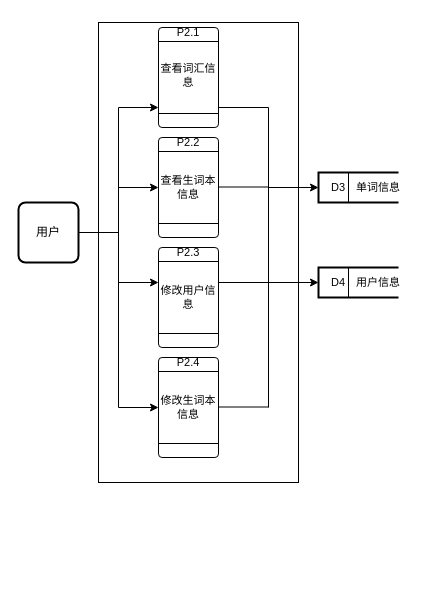
This is page "第 6 页" (6 of 9) of 功能模块图.drawio from 13593227471/HelloGitHub, a draw.io file, before an edit. Source tidied: cells renumbered, new cells numbered last; positions are measured from the earlier drawing's top-left corner, leaving out a move shared by most shapes. Both pictures are drawn from the tidied source at 100%, with x=0, y=0 at pixel (18, 17).
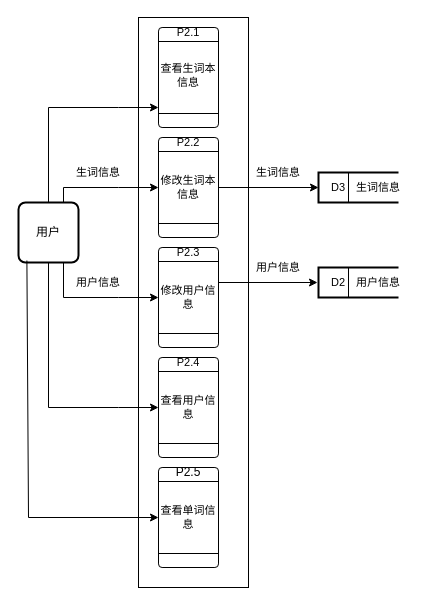
The same diagram, later.

The change refers to these unchanged cells:
```xml
<mxCell id="3" value="用户" style="rounded=1;whiteSpace=wrap;html=1;absoluteArcSize=1;arcSize=14;strokeWidth=2;" parent="1" vertex="1">
  <mxGeometry y="185" width="60" height="60" as="geometry" />
</mxCell>
```

What changed in the source:
```diff
@@
-    <mxCell id="2" style="rounded=0;whiteSpace=wrap;html=1;fontFamily=Helvetica;fontSize=11;fontColor=default;" parent="1" vertex="1">
-      <mxGeometry x="80" y="5" width="200" height="460" as="geometry" />
-    </mxCell>
+    <mxCell id="37" style="rounded=0;whiteSpace=wrap;html=1;fontFamily=Helvetica;fontSize=11;fontColor=default;" parent="1" vertex="1">
+      <mxGeometry x="120" width="110" height="570" as="geometry" />
+    </mxCell>
@@
-    <mxCell id="4" style="verticalLabelPosition=bottom;verticalAlign=top;html=1;shape=process;whiteSpace=wrap;rounded=1;size=0.14;arcSize=6;fontFamily=Helvetica;fontSize=11;fontColor=default;rotation=-90;" parent="1" vertex="1">
-      <mxGeometry x="120" y="30" width="100" height="60" as="geometry" />
-    </mxCell>
+    <mxCell id="38" style="verticalLabelPosition=bottom;verticalAlign=top;html=1;shape=process;whiteSpace=wrap;rounded=1;size=0.14;arcSize=6;fontFamily=Helvetica;fontSize=11;fontColor=default;rotation=-90;" parent="1" vertex="1">
+      <mxGeometry x="120" y="30" width="100" height="60" as="geometry" />
+    </mxCell>
@@
-    <mxCell id="6" value="查看词汇信息" style="text;html=1;strokeColor=none;fillColor=none;align=center;verticalAlign=middle;whiteSpace=wrap;rounded=0;fontSize=11;fontFamily=Helvetica;fontColor=default;" parent="1" vertex="1">
-      <mxGeometry x="140" y="40" width="60" height="35" as="geometry" />
-    </mxCell>
-    <mxCell id="7" style="strokeWidth=2;html=1;shape=mxgraph.flowchart.annotation_1;align=left;fontFamily=Helvetica;fontSize=11;fontColor=default;" parent="1" vertex="1">
-      <mxGeometry x="300" y="155" width="80" height="30" as="geometry" />
-    </mxCell>
-    <mxCell id="8" style="endArrow=none;html=1;rounded=0;labelBackgroundColor=default;strokeColor=default;fontFamily=Helvetica;fontSize=11;fontColor=default;shape=connector;" parent="1" edge="1">
-      <mxGeometry relative="1" as="geometry">
-        <mxPoint x="330" y="185" as="sourcePoint" />
-        <mxPoint x="330" y="155" as="targetPoint" />
-      </mxGeometry>
-    </mxCell>
+    <mxCell id="13" value="查看生词本信息" style="text;html=1;strokeColor=none;fillColor=none;align=center;verticalAlign=middle;whiteSpace=wrap;rounded=0;fontSize=11;fontFamily=Helvetica;fontColor=default;" parent="1" vertex="1">
+      <mxGeometry x="140" y="40" width="60" height="35" as="geometry" />
+    </mxCell>
+    <mxCell id="39" style="strokeWidth=2;html=1;shape=mxgraph.flowchart.annotation_1;align=left;fontFamily=Helvetica;fontSize=11;fontColor=default;" parent="1" vertex="1">
+      <mxGeometry x="300" y="155" width="80" height="30" as="geometry" />
+    </mxCell>
+    <mxCell id="40" style="endArrow=none;html=1;rounded=0;labelBackgroundColor=default;strokeColor=default;fontFamily=Helvetica;fontSize=11;fontColor=default;shape=connector;" parent="1" edge="1">
+      <mxGeometry relative="1" as="geometry">
+        <mxPoint x="330" y="185" as="sourcePoint" />
+        <mxPoint x="330" y="155" as="targetPoint" />
+      </mxGeometry>
+    </mxCell>
+    <mxCell id="41" style="strokeWidth=2;html=1;shape=mxgraph.flowchart.annotation_1;align=left;fontFamily=Helvetica;fontSize=11;fontColor=default;" parent="1" vertex="1">
+      <mxGeometry x="300" y="250" width="80" height="30" as="geometry" />
+    </mxCell>
+    <mxCell id="42" style="endArrow=none;html=1;rounded=0;labelBackgroundColor=default;strokeColor=default;fontFamily=Helvetica;fontSize=11;fontColor=default;shape=connector;" parent="1" edge="1">
+      <mxGeometry relative="1" as="geometry">
+        <mxPoint x="330" y="280" as="sourcePoint" />
+        <mxPoint x="330" y="250" as="targetPoint" />
+      </mxGeometry>
+    </mxCell>
@@
-    <mxCell id="10" value="单词信息" style="text;html=1;strokeColor=none;fillColor=none;align=center;verticalAlign=middle;whiteSpace=wrap;rounded=0;fontSize=11;fontFamily=Helvetica;fontColor=default;" parent="1" vertex="1">
-      <mxGeometry x="330" y="155" width="60" height="30" as="geometry" />
-    </mxCell>
-    <mxCell id="11" style="verticalLabelPosition=bottom;verticalAlign=top;html=1;shape=process;whiteSpace=wrap;rounded=1;size=0.14;arcSize=6;fontFamily=Helvetica;fontSize=11;fontColor=default;rotation=-90;" parent="1" vertex="1">
-      <mxGeometry x="120" y="140" width="100" height="60" as="geometry" />
-    </mxCell>
+    <mxCell id="43" value="D2" style="text;html=1;strokeColor=none;fillColor=none;align=center;verticalAlign=middle;whiteSpace=wrap;rounded=0;fontSize=11;fontFamily=Helvetica;fontColor=default;" parent="1" vertex="1">
+      <mxGeometry x="290" y="250" width="60" height="30" as="geometry" />
+    </mxCell>
+    <mxCell id="44" value="生词信息" style="text;html=1;strokeColor=none;fillColor=none;align=center;verticalAlign=middle;whiteSpace=wrap;rounded=0;fontSize=11;fontFamily=Helvetica;fontColor=default;" parent="1" vertex="1">
+      <mxGeometry x="330" y="155" width="60" height="30" as="geometry" />
+    </mxCell>
+    <mxCell id="45" value="用户信息" style="text;html=1;strokeColor=none;fillColor=none;align=center;verticalAlign=middle;whiteSpace=wrap;rounded=0;fontSize=11;fontFamily=Helvetica;fontColor=default;" parent="1" vertex="1">
+      <mxGeometry x="330" y="250" width="60" height="30" as="geometry" />
+    </mxCell>
+    <mxCell id="46" style="verticalLabelPosition=bottom;verticalAlign=top;html=1;shape=process;whiteSpace=wrap;rounded=1;size=0.14;arcSize=6;fontFamily=Helvetica;fontSize=11;fontColor=default;rotation=-90;" parent="1" vertex="1">
+      <mxGeometry x="120" y="140" width="100" height="60" as="geometry" />
+    </mxCell>
@@
-    <mxCell id="13" value="查看生词本信息" style="text;html=1;strokeColor=none;fillColor=none;align=center;verticalAlign=middle;whiteSpace=wrap;rounded=0;fontSize=11;fontFamily=Helvetica;fontColor=default;" parent="1" vertex="1">
-      <mxGeometry x="140" y="155" width="60" height="30" as="geometry" />
-    </mxCell>
-    <mxCell id="14" style="verticalLabelPosition=bottom;verticalAlign=top;html=1;shape=process;whiteSpace=wrap;rounded=1;size=0.14;arcSize=6;fontFamily=Helvetica;fontSize=11;fontColor=default;rotation=-90;" parent="1" vertex="1">
-      <mxGeometry x="120" y="250" width="100" height="60" as="geometry" />
-    </mxCell>
+    <mxCell id="19" value="修改生词本信息" style="text;html=1;strokeColor=none;fillColor=none;align=center;verticalAlign=middle;whiteSpace=wrap;rounded=0;fontSize=11;fontFamily=Helvetica;fontColor=default;" parent="1" vertex="1">
+      <mxGeometry x="140" y="155" width="60" height="30" as="geometry" />
+    </mxCell>
+    <mxCell id="47" style="verticalLabelPosition=bottom;verticalAlign=top;html=1;shape=process;whiteSpace=wrap;rounded=1;size=0.14;arcSize=6;fontFamily=Helvetica;fontSize=11;fontColor=default;rotation=-90;" parent="1" vertex="1">
+      <mxGeometry x="120" y="250" width="100" height="60" as="geometry" />
+    </mxCell>
@@
-    <mxCell id="17" style="verticalLabelPosition=bottom;verticalAlign=top;html=1;shape=process;whiteSpace=wrap;rounded=1;size=0.14;arcSize=6;fontFamily=Helvetica;fontSize=11;fontColor=default;rotation=-90;" parent="1" vertex="1">
-      <mxGeometry x="120" y="360" width="100" height="60" as="geometry" />
-    </mxCell>
+    <mxCell id="48" style="verticalLabelPosition=bottom;verticalAlign=top;html=1;shape=process;whiteSpace=wrap;rounded=1;size=0.14;arcSize=6;fontFamily=Helvetica;fontSize=11;fontColor=default;rotation=-90;" parent="1" vertex="1">
+      <mxGeometry x="120" y="360" width="100" height="60" as="geometry" />
+    </mxCell>
@@
-    <mxCell id="19" value="修改生词本信息" style="text;html=1;strokeColor=none;fillColor=none;align=center;verticalAlign=middle;whiteSpace=wrap;rounded=0;fontSize=11;fontFamily=Helvetica;fontColor=default;" parent="1" vertex="1">
-      <mxGeometry x="140" y="375" width="60" height="30" as="geometry" />
-    </mxCell>
-    <mxCell id="20" style="endArrow=none;html=1;rounded=0;labelBackgroundColor=default;strokeColor=default;fontFamily=Helvetica;fontSize=11;fontColor=default;shape=connector;exitX=1;exitY=0.5;exitDx=0;exitDy=0;" parent="1" edge="1" source="3">
-      <mxGeometry relative="1" as="geometry">
-        <mxPoint x="100" y="215" as="targetPoint" />
-      </mxGeometry>
-    </mxCell>
-    <mxCell id="21" style="endArrow=none;html=1;rounded=0;labelBackgroundColor=default;strokeColor=default;fontFamily=Helvetica;fontSize=11;fontColor=default;shape=connector;" parent="1" edge="1">
-      <mxGeometry relative="1" as="geometry">
-        <mxPoint x="100" y="390" as="sourcePoint" />
-        <mxPoint x="100" y="90" as="targetPoint" />
-      </mxGeometry>
-    </mxCell>
-    <mxCell id="22" style="endArrow=classic;html=1;rounded=0;labelBackgroundColor=default;strokeColor=default;fontFamily=Helvetica;fontSize=11;fontColor=default;shape=connector;" parent="1" edge="1">
-      <mxGeometry relative="1" as="geometry">
-        <mxPoint x="100" y="90" as="sourcePoint" />
-        <mxPoint x="140" y="90" as="targetPoint" />
-      </mxGeometry>
-    </mxCell>
-    <mxCell id="23" style="endArrow=classic;html=1;rounded=0;labelBackgroundColor=default;strokeColor=default;fontFamily=Helvetica;fontSize=11;fontColor=default;shape=connector;" parent="1" edge="1">
-      <mxGeometry relative="1" as="geometry">
-        <mxPoint x="100" y="170" as="sourcePoint" />
-        <mxPoint x="140" y="170" as="targetPoint" />
-      </mxGeometry>
-    </mxCell>
-    <mxCell id="24" style="endArrow=classic;html=1;rounded=0;labelBackgroundColor=default;strokeColor=default;fontFamily=Helvetica;fontSize=11;fontColor=default;shape=connector;" parent="1" edge="1">
-      <mxGeometry relative="1" as="geometry">
-        <mxPoint x="100" y="265" as="sourcePoint" />
-        <mxPoint x="140" y="265" as="targetPoint" />
-      </mxGeometry>
-    </mxCell>
-    <mxCell id="25" style="endArrow=classic;html=1;rounded=0;labelBackgroundColor=default;strokeColor=default;fontFamily=Helvetica;fontSize=11;fontColor=default;shape=connector;" parent="1" edge="1">
-      <mxGeometry relative="1" as="geometry">
-        <mxPoint x="100" y="390" as="sourcePoint" />
-        <mxPoint x="140" y="390" as="targetPoint" />
-      </mxGeometry>
-    </mxCell>
-    <mxCell id="26" style="endArrow=none;html=1;rounded=0;labelBackgroundColor=default;strokeColor=default;fontFamily=Helvetica;fontSize=11;fontColor=default;shape=connector;" parent="1" edge="1">
-      <mxGeometry relative="1" as="geometry">
-        <mxPoint x="200" y="90" as="sourcePoint" />
-        <mxPoint x="250" y="90" as="targetPoint" />
-      </mxGeometry>
-    </mxCell>
-    <mxCell id="27" style="endArrow=none;html=1;rounded=0;labelBackgroundColor=default;strokeColor=default;fontFamily=Helvetica;fontSize=11;fontColor=default;shape=connector;" parent="1" edge="1">
-      <mxGeometry relative="1" as="geometry">
-        <mxPoint x="200" y="169.5" as="sourcePoint" />
-        <mxPoint x="250" y="169.5" as="targetPoint" />
-      </mxGeometry>
-    </mxCell>
-    <mxCell id="28" style="endArrow=none;html=1;rounded=0;labelBackgroundColor=default;strokeColor=default;fontFamily=Helvetica;fontSize=11;fontColor=default;shape=connector;" parent="1" edge="1">
-      <mxGeometry relative="1" as="geometry">
-        <mxPoint x="200" y="265" as="sourcePoint" />
-        <mxPoint x="250" y="265" as="targetPoint" />
-      </mxGeometry>
-    </mxCell>
-    <mxCell id="29" style="endArrow=none;html=1;rounded=0;labelBackgroundColor=default;strokeColor=default;fontFamily=Helvetica;fontSize=11;fontColor=default;shape=connector;" parent="1" edge="1">
-      <mxGeometry relative="1" as="geometry">
-        <mxPoint x="200" y="389.5" as="sourcePoint" />
-        <mxPoint x="250" y="389.5" as="targetPoint" />
-      </mxGeometry>
-    </mxCell>
-    <mxCell id="30" style="endArrow=none;html=1;rounded=0;labelBackgroundColor=default;strokeColor=default;fontFamily=Helvetica;fontSize=11;fontColor=default;shape=connector;" parent="1" edge="1">
-      <mxGeometry relative="1" as="geometry">
-        <mxPoint x="250" y="390" as="sourcePoint" />
-        <mxPoint x="250" y="90" as="targetPoint" />
-      </mxGeometry>
-    </mxCell>
-    <mxCell id="31" style="endArrow=classic;html=1;rounded=0;labelBackgroundColor=default;strokeColor=default;fontFamily=Helvetica;fontSize=11;fontColor=default;shape=connector;" parent="1" edge="1">
-      <mxGeometry relative="1" as="geometry">
-        <mxPoint x="250" y="170" as="sourcePoint" />
-        <mxPoint x="300" y="170" as="targetPoint" />
-      </mxGeometry>
-    </mxCell>
-    <mxCell id="32" style="endArrow=classic;html=1;rounded=0;labelBackgroundColor=default;strokeColor=default;fontFamily=Helvetica;fontSize=11;fontColor=default;shape=connector;" parent="1" edge="1">
-      <mxGeometry relative="1" as="geometry">
-        <mxPoint x="250" y="265" as="sourcePoint" />
-        <mxPoint x="300" y="265" as="targetPoint" />
-      </mxGeometry>
-    </mxCell>
-    <mxCell id="33" style="strokeWidth=2;html=1;shape=mxgraph.flowchart.annotation_1;align=left;fontFamily=Helvetica;fontSize=11;fontColor=default;" parent="1" vertex="1">
-      <mxGeometry x="300" y="250" width="80" height="30" as="geometry" />
-    </mxCell>
-    <mxCell id="34" style="endArrow=none;html=1;rounded=0;labelBackgroundColor=default;strokeColor=default;fontFamily=Helvetica;fontSize=11;fontColor=default;shape=connector;" parent="1" edge="1">
-      <mxGeometry relative="1" as="geometry">
-        <mxPoint x="330" y="280" as="sourcePoint" />
-        <mxPoint x="330" y="250" as="targetPoint" />
-      </mxGeometry>
-    </mxCell>
-    <mxCell id="35" value="D4" style="text;html=1;strokeColor=none;fillColor=none;align=center;verticalAlign=middle;whiteSpace=wrap;rounded=0;fontSize=11;fontFamily=Helvetica;fontColor=default;" parent="1" vertex="1">
-      <mxGeometry x="290" y="250" width="60" height="30" as="geometry" />
-    </mxCell>
-    <mxCell id="36" value="用户信息" style="text;html=1;strokeColor=none;fillColor=none;align=center;verticalAlign=middle;whiteSpace=wrap;rounded=0;fontSize=11;fontFamily=Helvetica;fontColor=default;" parent="1" vertex="1">
-      <mxGeometry x="330" y="250" width="60" height="30" as="geometry" />
-    </mxCell>
+    <mxCell id="49" value="查看用户信息" style="text;html=1;strokeColor=none;fillColor=none;align=center;verticalAlign=middle;whiteSpace=wrap;rounded=0;fontSize=11;fontFamily=Helvetica;fontColor=default;" parent="1" vertex="1">
+      <mxGeometry x="140" y="375" width="60" height="30" as="geometry" />
+    </mxCell>
+    <mxCell id="50" style="endArrow=classic;html=1;rounded=0;labelBackgroundColor=default;strokeColor=default;fontFamily=Helvetica;fontSize=11;fontColor=default;shape=connector;" parent="1" edge="1">
+      <mxGeometry relative="1" as="geometry">
+        <mxPoint x="100" y="90" as="sourcePoint" />
+        <mxPoint x="140" y="90" as="targetPoint" />
+      </mxGeometry>
+    </mxCell>
+    <mxCell id="51" style="endArrow=classic;html=1;rounded=0;labelBackgroundColor=default;strokeColor=default;fontFamily=Helvetica;fontSize=11;fontColor=default;shape=connector;" parent="1" edge="1">
+      <mxGeometry relative="1" as="geometry">
+        <mxPoint x="100" y="170" as="sourcePoint" />
+        <mxPoint x="140" y="170" as="targetPoint" />
+      </mxGeometry>
+    </mxCell>
+    <mxCell id="52" style="endArrow=classic;html=1;rounded=0;labelBackgroundColor=default;strokeColor=default;fontFamily=Helvetica;fontSize=11;fontColor=default;shape=connector;" parent="1" edge="1">
+      <mxGeometry relative="1" as="geometry">
+        <mxPoint x="100" y="280" as="sourcePoint" />
+        <mxPoint x="140" y="280" as="targetPoint" />
+      </mxGeometry>
+    </mxCell>
+    <mxCell id="53" style="endArrow=classic;html=1;rounded=0;labelBackgroundColor=default;strokeColor=default;fontFamily=Helvetica;fontSize=11;fontColor=default;shape=connector;" parent="1" edge="1">
+      <mxGeometry relative="1" as="geometry">
+        <mxPoint x="100" y="390" as="sourcePoint" />
+        <mxPoint x="140" y="390" as="targetPoint" />
+      </mxGeometry>
+    </mxCell>
+    <mxCell id="54" style="endArrow=none;html=1;rounded=0;labelBackgroundColor=default;strokeColor=default;fontFamily=Helvetica;fontSize=11;fontColor=default;shape=connector;" parent="1" edge="1">
+      <mxGeometry relative="1" as="geometry">
+        <mxPoint x="200" y="265" as="sourcePoint" />
+        <mxPoint x="250" y="265" as="targetPoint" />
+      </mxGeometry>
+    </mxCell>
+    <mxCell id="55" style="endArrow=classic;html=1;rounded=0;labelBackgroundColor=default;strokeColor=default;fontFamily=Helvetica;fontSize=11;fontColor=default;shape=connector;" parent="1" edge="1">
+      <mxGeometry relative="1" as="geometry">
+        <mxPoint x="249" y="265" as="sourcePoint" />
+        <mxPoint x="299" y="265" as="targetPoint" />
+      </mxGeometry>
+    </mxCell>
+    <mxCell id="56" style="endArrow=none;html=1;rounded=0;exitX=0.5;exitY=0;exitDx=0;exitDy=0;" parent="1" edge="1" source="3">
+      <mxGeometry relative="1" as="geometry">
+        <mxPoint x="100" y="90" as="targetPoint" />
+        <Array as="points">
+          <mxPoint x="30" y="90" />
+        </Array>
+      </mxGeometry>
+    </mxCell>
+    <mxCell id="57" style="endArrow=none;html=1;rounded=0;exitX=0.75;exitY=0;exitDx=0;exitDy=0;" parent="1" edge="1" source="3">
+      <mxGeometry relative="1" as="geometry">
+        <mxPoint x="100" y="170" as="targetPoint" />
+        <Array as="points">
+          <mxPoint x="45" y="170" />
+        </Array>
+      </mxGeometry>
+    </mxCell>
+    <mxCell id="58" style="endArrow=none;html=1;rounded=0;entryX=0.75;entryY=1;entryDx=0;entryDy=0;" parent="1" edge="1" target="3">
+      <mxGeometry relative="1" as="geometry">
+        <mxPoint x="100" y="280" as="sourcePoint" />
+        <Array as="points">
+          <mxPoint x="45" y="280" />
+        </Array>
+      </mxGeometry>
+    </mxCell>
+    <mxCell id="59" style="endArrow=none;html=1;rounded=0;entryX=0.5;entryY=1;entryDx=0;entryDy=0;" parent="1" edge="1" target="3">
+      <mxGeometry relative="1" as="geometry">
+        <mxPoint x="100" y="390" as="sourcePoint" />
+        <Array as="points">
+          <mxPoint x="30" y="390" />
+        </Array>
+      </mxGeometry>
+    </mxCell>
+    <mxCell id="60" value="生词信息" style="text;html=1;strokeColor=none;fillColor=none;align=center;verticalAlign=middle;whiteSpace=wrap;rounded=0;fontSize=11;fontFamily=Helvetica;fontColor=default;" parent="1" vertex="1">
+      <mxGeometry x="50" y="140" width="60" height="30" as="geometry" />
+    </mxCell>
+    <mxCell id="61" value="用户信息" style="text;html=1;strokeColor=none;fillColor=none;align=center;verticalAlign=middle;whiteSpace=wrap;rounded=0;fontSize=11;fontFamily=Helvetica;fontColor=default;" parent="1" vertex="1">
+      <mxGeometry x="50" y="250" width="60" height="30" as="geometry" />
+    </mxCell>
+    <mxCell id="62" style="endArrow=classic;html=1;rounded=0;exitX=1;exitY=0.5;exitDx=0;exitDy=0;" parent="1" edge="1" source="19">
+      <mxGeometry relative="1" as="geometry">
+        <mxPoint x="300" y="170" as="targetPoint" />
+      </mxGeometry>
+    </mxCell>
+    <mxCell id="63" value="生词信息" style="text;html=1;strokeColor=none;fillColor=none;align=center;verticalAlign=middle;whiteSpace=wrap;rounded=0;fontSize=11;fontFamily=Helvetica;fontColor=default;" parent="1" vertex="1">
+      <mxGeometry x="230" y="140" width="60" height="30" as="geometry" />
+    </mxCell>
+    <mxCell id="64" value="用户信息" style="text;html=1;strokeColor=none;fillColor=none;align=center;verticalAlign=middle;whiteSpace=wrap;rounded=0;fontSize=11;fontFamily=Helvetica;fontColor=default;" parent="1" vertex="1">
+      <mxGeometry x="230" y="235" width="60" height="30" as="geometry" />
+    </mxCell>
+    <mxCell id="65" style="verticalLabelPosition=bottom;verticalAlign=top;html=1;shape=process;whiteSpace=wrap;rounded=1;size=0.14;arcSize=6;fontFamily=Helvetica;fontSize=11;fontColor=default;rotation=-90;" parent="1" vertex="1">
+      <mxGeometry x="120" y="470" width="100" height="60" as="geometry" />
+    </mxCell>
+    <mxCell id="66" value="查看单词信息" style="text;html=1;strokeColor=none;fillColor=none;align=center;verticalAlign=middle;whiteSpace=wrap;rounded=0;fontSize=11;fontFamily=Helvetica;fontColor=default;" parent="1" vertex="1">
+      <mxGeometry x="140" y="485" width="60" height="30" as="geometry" />
+    </mxCell>
+    <mxCell id="67" value="P2.5" style="text;html=1;strokeColor=none;fillColor=none;align=center;verticalAlign=middle;whiteSpace=wrap;rounded=0;" parent="1" vertex="1">
+      <mxGeometry x="140" y="440" width="60" height="30" as="geometry" />
+    </mxCell>
+    <mxCell id="68" style="endArrow=classic;html=1;rounded=0;entryX=0;entryY=0.5;entryDx=0;entryDy=0;exitX=0.14;exitY=0.967;exitDx=0;exitDy=0;exitPerimeter=0;" parent="1" edge="1" source="3" target="66">
+      <mxGeometry relative="1" as="geometry">
+        <Array as="points">
+          <mxPoint x="10" y="500" />
+        </Array>
+      </mxGeometry>
+    </mxCell>
```
